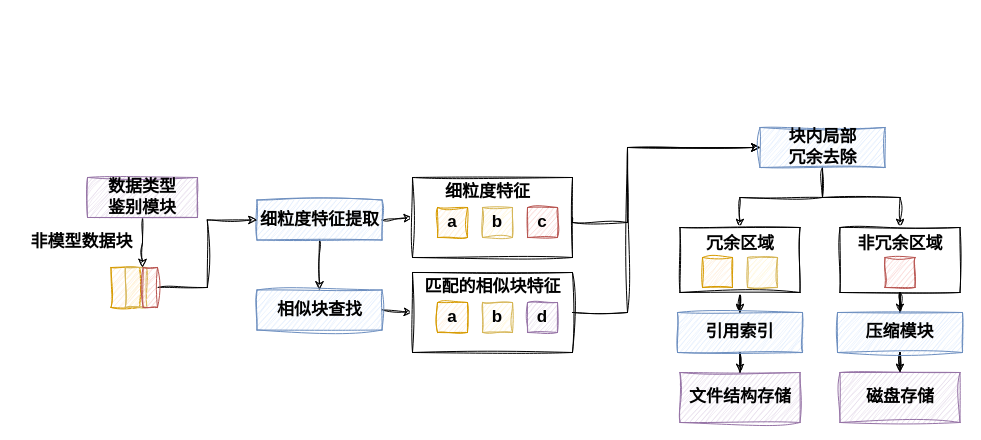
Earlier version of the draw.io diagram figures/0308非模型数据处理模块.drawio (lucky6six/SJTU-lz). Source tidied: cells renumbered, new cells numbered last; positions are measured from the earlier drawing's top-left corner, leaving out a move shared by most shapes. Both pictures are drawn from the tidied source at 100%, with x=0, y=0 at pixel (16, 127).
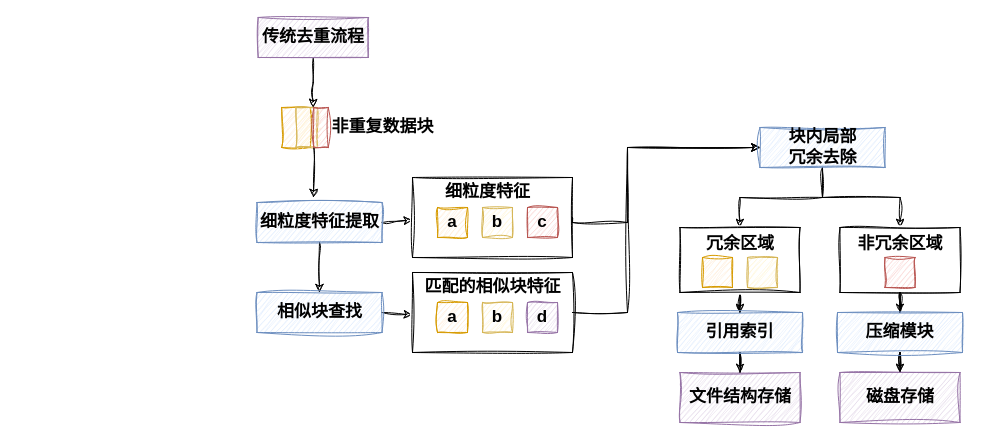
Above is the later version.

The change refers to these unchanged cells:
```xml
<mxCell id="10" style="rounded=0;whiteSpace=wrap;html=1;fontSize=17;fontStyle=1;sketch=1;curveFitting=1;jiggle=2;" parent="1" vertex="1">
  <mxGeometry x="396" y="50" width="160" height="80" as="geometry" />
</mxCell>
<mxCell id="17" style="rounded=0;whiteSpace=wrap;html=1;fontSize=17;fontStyle=1;sketch=1;curveFitting=1;jiggle=2;" parent="1" vertex="1">
  <mxGeometry x="396" y="145" width="160" height="80" as="geometry" />
</mxCell>
```

Change to the diagram source:
```diff
@@
     <mxCell id="3" style="edgeStyle=orthogonalEdgeStyle;rounded=0;jettySize=auto;html=1;entryX=1;entryY=0;entryDx=0;entryDy=0;fontSize=17;fontStyle=1;sketch=1;curveFitting=1;jiggle=2;" parent="1" edge="1" source="4">
       <mxGeometry relative="1" as="geometry">
-        <mxPoint x="126" y="140" as="targetPoint" />
+        <mxPoint x="296.7" y="-20" as="targetPoint" />
       </mxGeometry>
     </mxCell>
-    <mxCell id="4" value="数据类型&lt;br&gt;鉴别模块" style="rounded=0;whiteSpace=wrap;html=1;fillColor=#e1d5e7;strokeColor=#9673a6;fontSize=17;fontStyle=1;sketch=1;curveFitting=1;jiggle=2;" parent="1" vertex="1">
-      <mxGeometry x="71" y="50" width="110" height="40" as="geometry" />
+    <mxCell id="4" value="传统去重流程" style="rounded=0;whiteSpace=wrap;html=1;fillColor=#e1d5e7;strokeColor=#9673a6;fontSize=17;fontStyle=1;sketch=1;curveFitting=1;jiggle=2;" parent="1" vertex="1">
+      <mxGeometry x="241.7" y="-110" width="110" height="40" as="geometry" />
     </mxCell>
-    <mxCell id="5" value="非模型数据块" style="text;html=1;align=center;verticalAlign=middle;strokeColor=none;fillColor=none;fontSize=17;fontStyle=1;sketch=1;curveFitting=1;jiggle=2;" parent="1" vertex="1">
-      <mxGeometry x="0.3" y="100" width="130" height="30" as="geometry" />
+    <mxCell id="5" value="非重复数据块" style="text;html=1;align=center;verticalAlign=middle;strokeColor=none;fillColor=none;fontSize=17;fontStyle=1;sketch=1;curveFitting=1;jiggle=2;" parent="1" vertex="1">
+      <mxGeometry x="301" y="-15" width="130" height="30" as="geometry" />
     </mxCell>
-    <mxCell id="6" style="rounded=0;jettySize=auto;html=1;entryX=0;entryY=0.5;entryDx=0;entryDy=0;exitX=1;exitY=0;exitDx=0;exitDy=0;fontSize=17;fontStyle=1;sketch=1;curveFitting=1;jiggle=2;" parent="1" edge="1" target="10">
+    <mxCell id="6" style="rounded=0;orthogonalLoop=1;jettySize=auto;html=1;entryX=0;entryY=0.5;entryDx=0;entryDy=0;exitX=1;exitY=0;exitDx=0;exitDy=0;fontSize=17;fontStyle=1;sketch=1;curveFitting=1;jiggle=2;" parent="1" edge="1">
       <mxGeometry relative="1" as="geometry">
-        <mxPoint x="365.5" y="92.5" as="sourcePoint" />
+        <mxPoint x="365.5" y="95" as="sourcePoint" />
+        <mxPoint x="396" y="92.5" as="targetPoint" />
       </mxGeometry>
     </mxCell>
     <mxCell id="7" value="细粒度特征提取" style="rounded=0;whiteSpace=wrap;html=1;fillColor=#dae8fc;strokeColor=#6c8ebf;fontSize=17;fontStyle=1;sketch=1;curveFitting=1;jiggle=2;" parent="1" vertex="1">
-      <mxGeometry x="240.5" y="72.5" width="125" height="40" as="geometry" />
+      <mxGeometry x="240.5" y="75" width="125" height="40" as="geometry" />
     </mxCell>
-    <mxCell id="8" style="rounded=0;jettySize=auto;html=1;entryX=0;entryY=0.5;entryDx=0;entryDy=0;exitX=1;exitY=0;exitDx=0;exitDy=0;fontSize=17;fontStyle=1;sketch=1;curveFitting=1;jiggle=2;" parent="1" edge="1" target="17">
+    <mxCell id="8" style="rounded=0;orthogonalLoop=1;jettySize=auto;html=1;entryX=0;entryY=0.5;entryDx=0;entryDy=0;exitX=1;exitY=0;exitDx=0;exitDy=0;fontSize=17;fontStyle=1;sketch=1;curveFitting=1;jiggle=2;" parent="1" edge="1">
       <mxGeometry relative="1" as="geometry">
-        <mxPoint x="365.5" y="182.5" as="sourcePoint" />
+        <mxPoint x="365.5" y="185" as="sourcePoint" />
+        <mxPoint x="396" y="187.5" as="targetPoint" />
       </mxGeometry>
     </mxCell>
     <mxCell id="9" value="相似块查找" style="rounded=0;whiteSpace=wrap;html=1;fillColor=#dae8fc;strokeColor=#6c8ebf;fontSize=17;fontStyle=1;sketch=1;curveFitting=1;jiggle=2;" parent="1" vertex="1">
-      <mxGeometry x="240.5" y="162.5" width="125" height="40" as="geometry" />
+      <mxGeometry x="240.5" y="165" width="125" height="40" as="geometry" />
     </mxCell>
@@
-    <mxCell id="38" style="edgeStyle=orthogonalEdgeStyle;rounded=0;jettySize=auto;html=1;entryX=0;entryY=0.5;entryDx=0;entryDy=0;sketch=1;curveFitting=1;jiggle=2;" parent="1" edge="1" source="41" target="7">
-      <mxGeometry relative="1" as="geometry" />
-    </mxCell>
     <mxCell id="39" style="rounded=0;whiteSpace=wrap;html=1;fillColor=#ffe6cc;strokeColor=#d79b00;fontSize=17;fontStyle=1;sketch=1;curveFitting=1;jiggle=2;" parent="1" vertex="1">
-      <mxGeometry x="94.5" y="140" width="28.6" height="40" as="geometry" />
+      <mxGeometry x="265.2" y="-20" width="28.6" height="40" as="geometry" />
     </mxCell>
     <mxCell id="40" style="rounded=0;whiteSpace=wrap;html=1;fillColor=#fff2cc;strokeColor=#d6b656;fontSize=17;fontStyle=1;sketch=1;curveFitting=1;jiggle=2;" parent="1" vertex="1">
-      <mxGeometry x="108.8" y="140" width="21.5" height="40" as="geometry" />
+      <mxGeometry x="279.5" y="-20" width="21.5" height="40" as="geometry" />
     </mxCell>
+    <mxCell id="42" style="rounded=0;jettySize=auto;html=1;exitX=0;exitY=1;exitDx=0;exitDy=0;sketch=1;curveFitting=1;jiggle=2;" parent="1" edge="1" source="41">
+      <mxGeometry relative="1" as="geometry">
+        <mxPoint x="297" y="70" as="targetPoint" />
+      </mxGeometry>
+    </mxCell>
     <mxCell id="41" style="rounded=0;whiteSpace=wrap;html=1;fillColor=#f8cecc;strokeColor=#b85450;fontSize=17;fontStyle=1;sketch=1;curveFitting=1;jiggle=2;" parent="1" vertex="1">
-      <mxGeometry x="126.7" y="140" width="14.3" height="40" as="geometry" />
+      <mxGeometry x="297.4" y="-20" width="14.3" height="40" as="geometry" />
     </mxCell>
```
